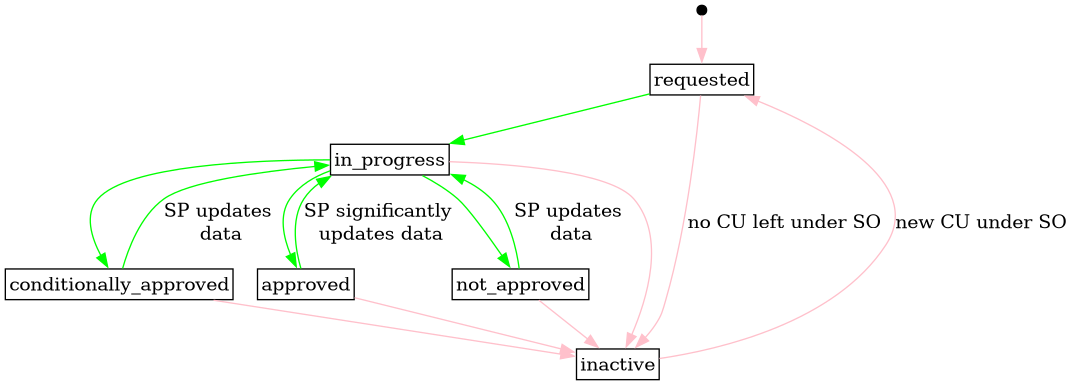
Before: docs/diagrams/service_providing_group_prequalification_status.png, a diagram exported from PlantUML (elhub/flex-information-system). Its source is kept beside it as docs/diagrams/service_providing_group_prequalification_status.plantuml.
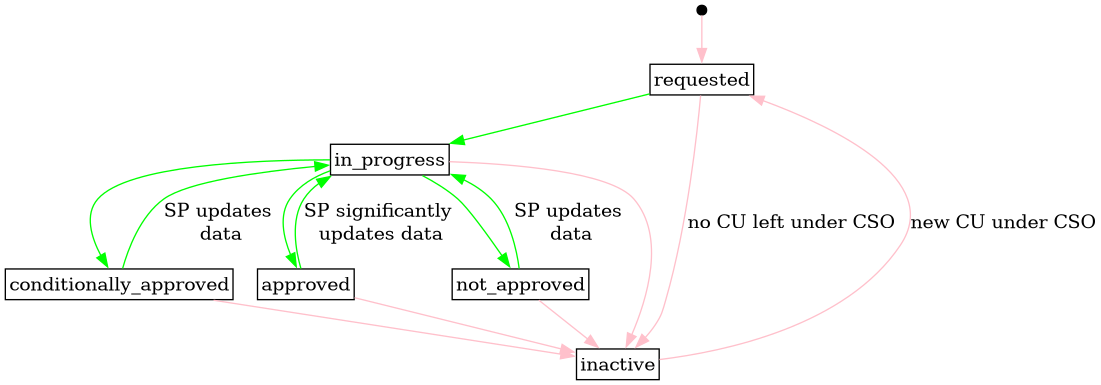
The same diagram one commit later.

The edit, as a diff of the source:
```diff
@@ -25,13 +25,13 @@
     in_progress -> not_approved [label="", color="green"];
     not_approved -> in_progress [label="SP updates \ndata", color="green"];
 
-    // background soft delete and reactivation based on CU under the SO
-    requested -> inactive [label="no CU left under SO", color="pink"];
+    // background soft delete and reactivation based on CU under the CSO
+    requested -> inactive [label="no CU left under CSO", color="pink"];
     in_progress -> inactive [label="", color="pink"];
     conditionally_approved -> inactive [label="", color="pink"];
     approved -> inactive [label="", color="pink"];
     not_approved -> inactive [label="", color="pink"];
-    inactive -> requested [label="new CU under SO", color="pink"];
+    inactive -> requested [label="new CU under CSO", color="pink"];
 
    }
 @enddot
```
